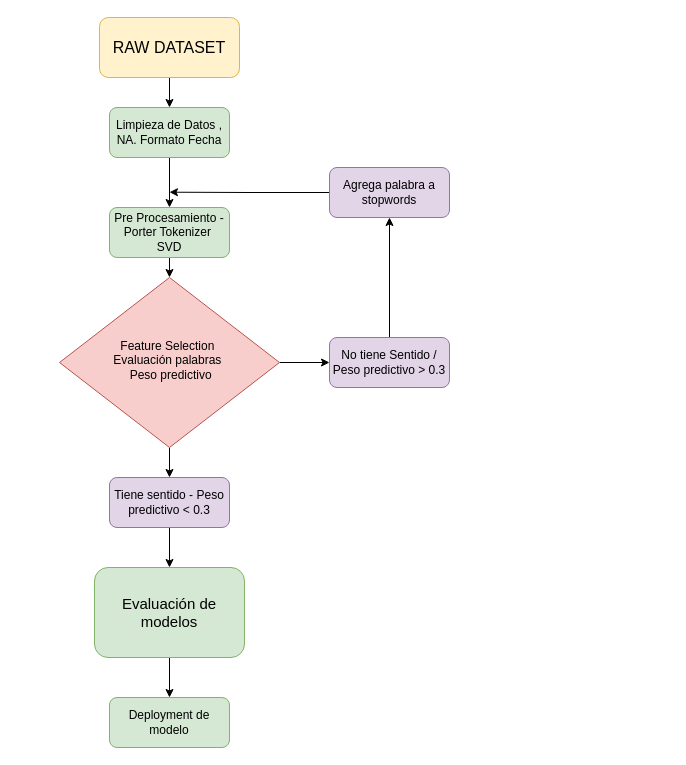
The draw.io diagram data/fakenews_diagram.drawio in germanscillato/DS_DIGITALHOUSE-TP-INTEGRADOR, before the edit. Source tidied: cells renumbered, new cells numbered last; positions are measured from the earlier drawing's top-left corner, leaving out a move shared by most shapes. Both pictures are drawn from the tidied source at 100%, with x=0, y=0 at pixel (59, 17).
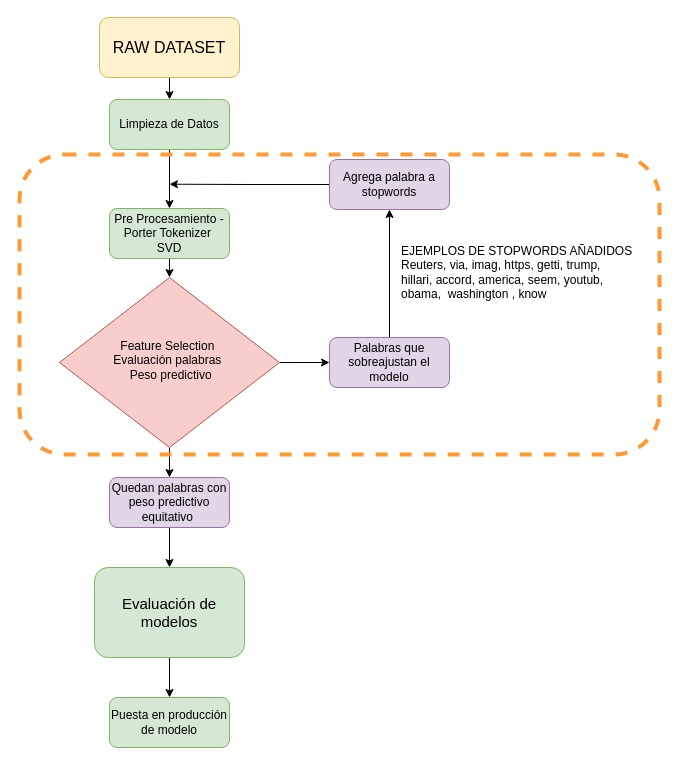
After the change.

What changed in the source:
```diff
@@
-    <mxCell id="5" value="Limpieza de Datos , NA. Formato Fecha" style="rounded=1;whiteSpace=wrap;html=1;fontSize=12;glass=0;strokeWidth=1;shadow=0;fillColor=#d5e8d4;strokeColor=#82b366;" parent="1" vertex="1">
-      <mxGeometry x="50" y="90" width="120" height="50" as="geometry" />
+    <mxCell id="5" value="Limpieza de Datos" style="rounded=1;whiteSpace=wrap;html=1;fontSize=12;glass=0;strokeWidth=1;shadow=0;fillColor=#d5e8d4;strokeColor=#82b366;" parent="1" vertex="1">
+      <mxGeometry x="50" y="82" width="120" height="50" as="geometry" />
     </mxCell>
@@
     <mxCell id="7" value="Pre Procesamiento - Porter Tokenizer&amp;nbsp;&lt;br&gt;SVD" style="rounded=1;whiteSpace=wrap;html=1;fontSize=12;glass=0;strokeWidth=1;shadow=0;fillColor=#d5e8d4;strokeColor=#82b366;" parent="1" vertex="1">
-      <mxGeometry x="50" y="190" width="120" height="50" as="geometry" />
+      <mxGeometry x="50" y="191" width="120" height="50" as="geometry" />
     </mxCell>
@@
-    <mxCell id="12" value="No tiene Sentido / Peso predictivo &amp;gt; 0.3" style="rounded=1;whiteSpace=wrap;html=1;fontSize=12;glass=0;strokeWidth=1;shadow=0;fillColor=#e1d5e7;strokeColor=#9673a6;" parent="1" vertex="1">
+    <mxCell id="12" value="Palabras que sobreajustan el modelo" style="rounded=1;whiteSpace=wrap;html=1;fontSize=12;glass=0;strokeWidth=1;shadow=0;fillColor=#e1d5e7;strokeColor=#9673a6;" parent="1" vertex="1">
       <mxGeometry x="270" y="320" width="120" height="50" as="geometry" />
     </mxCell>
@@
-    <mxCell id="14" value="Tiene sentido - Peso predictivo &amp;lt; 0.3" style="rounded=1;whiteSpace=wrap;html=1;fontSize=12;glass=0;strokeWidth=1;shadow=0;fillColor=#e1d5e7;strokeColor=#9673a6;" parent="1" vertex="1">
+    <mxCell id="14" value="Quedan palabras con peso predictivo equitativo&amp;nbsp;" style="rounded=1;whiteSpace=wrap;html=1;fontSize=12;glass=0;strokeWidth=1;shadow=0;fillColor=#e1d5e7;strokeColor=#9673a6;" parent="1" vertex="1">
       <mxGeometry x="50" y="460" width="120" height="50" as="geometry" />
     </mxCell>
     <mxCell id="15" style="edgeStyle=orthogonalEdgeStyle;rounded=0;jettySize=auto;html=1;exitX=0;exitY=0.5;exitDx=0;exitDy=0;" parent="1" edge="1" source="16">
       <mxGeometry relative="1" as="geometry">
-        <mxPoint x="110" y="174.7" as="targetPoint" />
+        <mxPoint x="110" y="166.7" as="targetPoint" />
       </mxGeometry>
     </mxCell>
     <mxCell id="16" value="Agrega palabra a stopwords" style="rounded=1;whiteSpace=wrap;html=1;fontSize=12;glass=0;strokeWidth=1;shadow=0;fillColor=#e1d5e7;strokeColor=#9673a6;" parent="1" vertex="1">
-      <mxGeometry x="270" y="150" width="120" height="50" as="geometry" />
+      <mxGeometry x="270" y="142" width="120" height="50" as="geometry" />
     </mxCell>
@@
+    <mxCell id="20" style="rounded=1;whiteSpace=wrap;html=1;fillColor=none;strokeWidth=4;glass=0;dashed=1;strokeColor=#FF9933;" parent="1" vertex="1">
+      <mxGeometry x="-40" y="137" width="640" height="300" as="geometry" />
+    </mxCell>
-    <mxCell id="19" value="Deployment de modelo" style="rounded=1;whiteSpace=wrap;html=1;fontSize=12;glass=0;strokeWidth=1;shadow=0;fillColor=#d5e8d4;strokeColor=#82b366;" parent="1" vertex="1">
+    <mxCell id="19" value="Puesta en producción de modelo" style="rounded=1;whiteSpace=wrap;html=1;fontSize=12;glass=0;strokeWidth=1;shadow=0;fillColor=#d5e8d4;strokeColor=#82b366;" parent="1" vertex="1">
       <mxGeometry x="50" y="680" width="120" height="50" as="geometry" />
     </mxCell>
+    <mxCell id="21" value="EJEMPLOS DE STOPWORDS AÑADIDOS&lt;br&gt;&lt;div&gt;Reuters, via, imag, https, getti, trump,&lt;/div&gt;&lt;div&gt;hillari, accord, america, seem, youtub,&amp;nbsp;&lt;/div&gt;&lt;div&gt;obama,&amp;nbsp; washington , know&lt;/div&gt;" style="text;whiteSpace=wrap;html=1;" parent="1" vertex="1">
+      <mxGeometry x="340" y="220" width="270" height="70" as="geometry" />
+    </mxCell>
```
